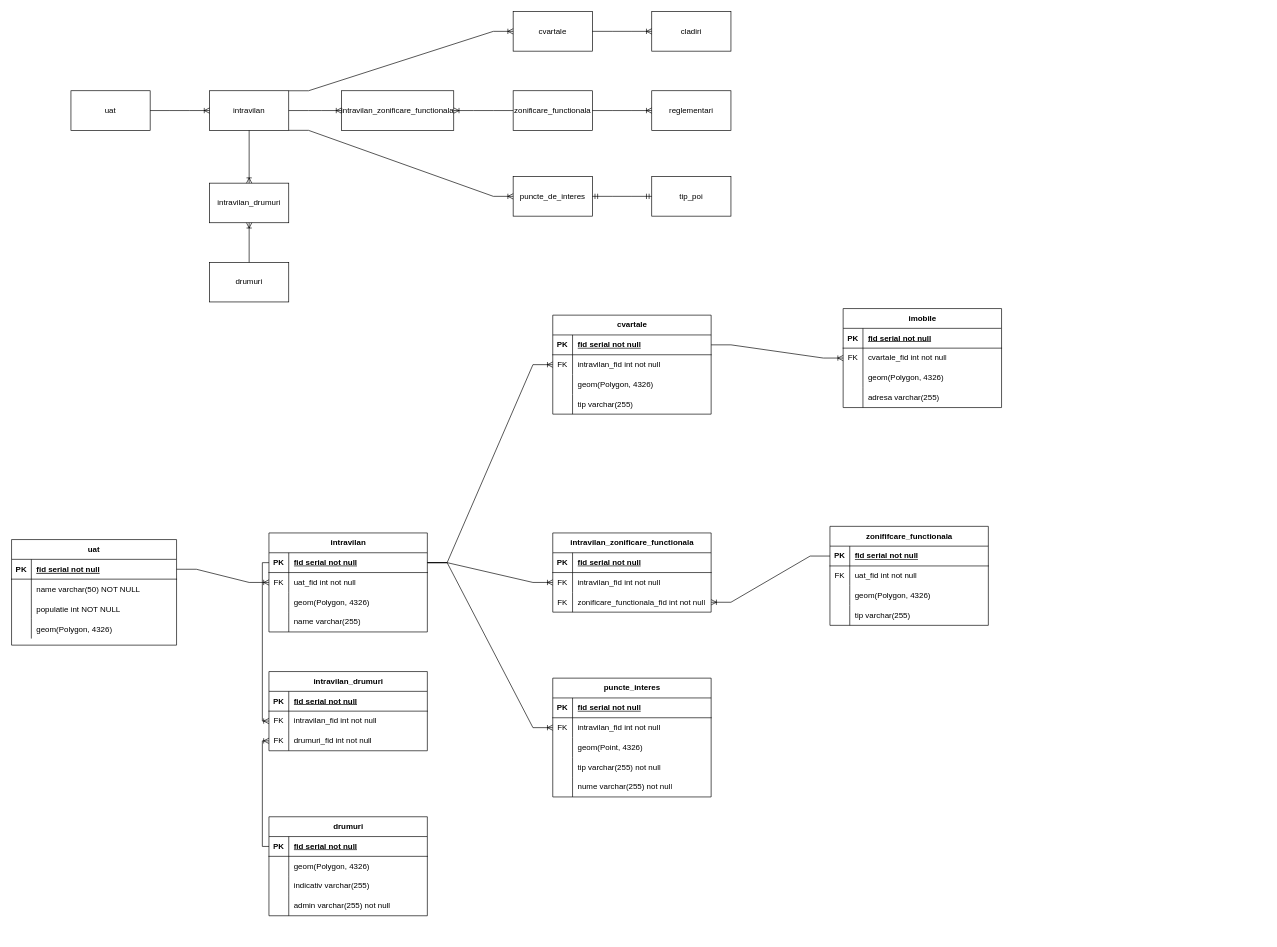
Above: Zonificare funcionala.drawio in vitorjurj/exam_sem2_db (draw.io), before the change. Source tidied: cells renumbered, new cells numbered last; positions are measured from the earlier drawing's top-left corner, leaving out a move shared by most shapes. Both pictures are drawn from the tidied source at 66%, with x=0, y=0 at pixel (11, 11).
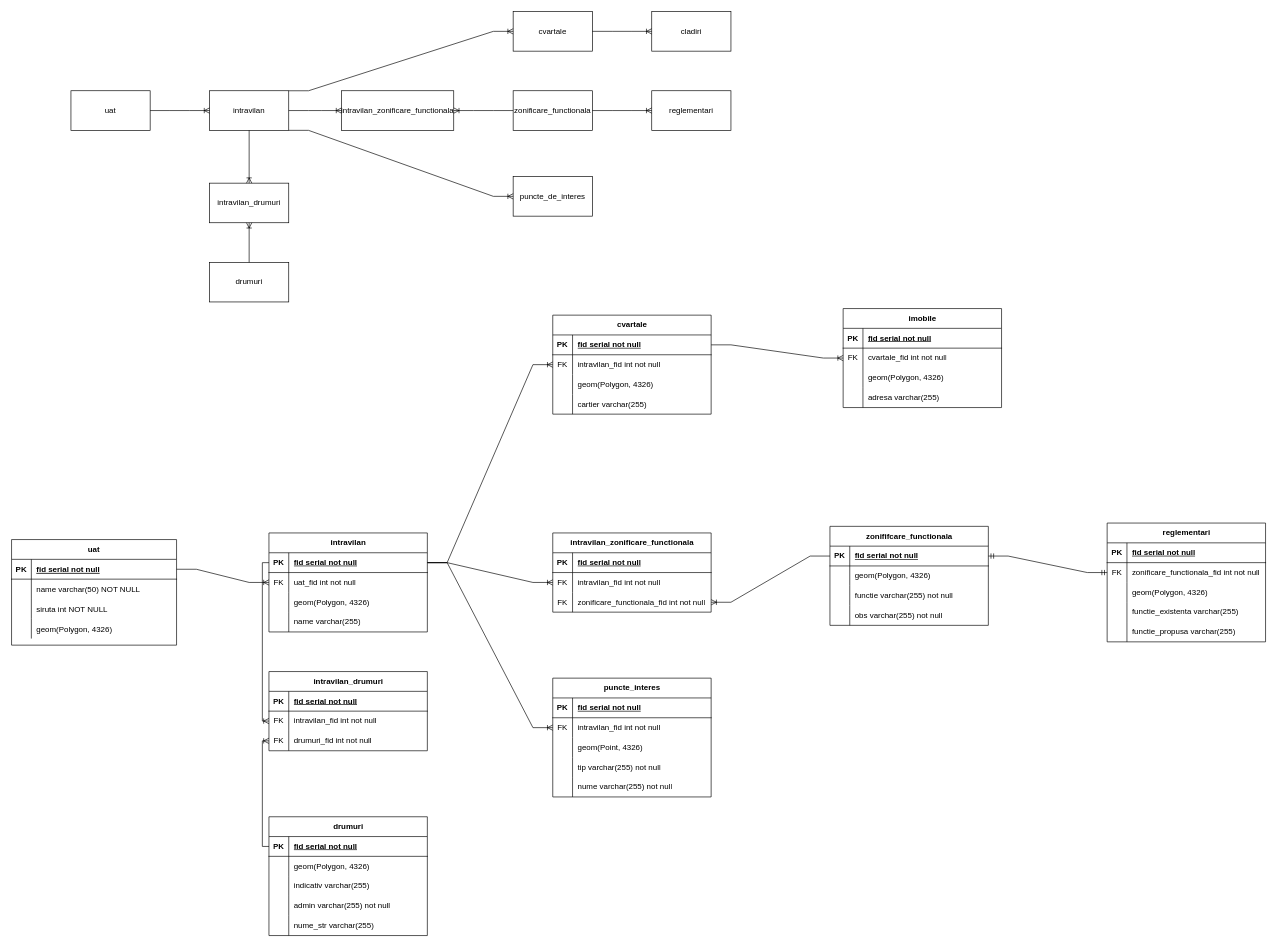
The same diagram, later.

The change refers to these unchanged cells:
```xml
<mxCell id="7" value="puncte_de_interes" style="rounded=0;whiteSpace=wrap;html=1;" parent="1" vertex="1">
  <mxGeometry x="760" y="250" width="120" height="60" as="geometry" />
</mxCell>
<mxCell id="30" style="shape=partialRectangle;fillColor=none;top=0;left=0;right=0;bottom=0;" parent="23" vertex="1">
  <mxGeometry y="90" width="250" height="30" as="geometry" />
</mxCell>
<mxCell id="85" value="zonififcare_functionala" style="shape=table;startSize=30;childLayout=tableLayout;rowLines=0;fontStyle=1;align=center;html=1;" parent="1" vertex="1">
  <mxGeometry x="1240" y="780" width="240" height="150" as="geometry" />
</mxCell>
<mxCell id="86" style="shape=tableRow;horizontal=0;startSize=0;swimlaneHead=0;swimlaneBody=0;fillColor=none;points=[[0,0.5],[1,0.5]];portConstraint=eastwest;top=0;left=0;right=0;bottom=1;" parent="85" vertex="1">
  <mxGeometry y="30" width="240" height="30" as="geometry" />
</mxCell>
<mxCell id="89" style="shape=tableRow;horizontal=0;startSize=0;swimlaneHead=0;swimlaneBody=0;fillColor=none;top=0;left=0;right=0;bottom=0;" parent="85" vertex="1">
  <mxGeometry y="60" width="240" height="30" as="geometry" />
</mxCell>
<mxCell id="92" style="shape=tableRow;horizontal=0;startSize=0;swimlaneHead=0;swimlaneBody=0;fillColor=none;top=0;left=0;right=0;bottom=0;" parent="85" vertex="1">
  <mxGeometry y="90" width="240" height="30" as="geometry" />
</mxCell>
<mxCell id="110" style="shape=tableRow;horizontal=0;startSize=0;swimlaneHead=0;swimlaneBody=0;fillColor=none;top=0;left=0;right=0;bottom=0;" parent="100" vertex="1">
  <mxGeometry y="120" width="240" height="30" as="geometry" />
</mxCell>
```

Diff of the diagram source:
```diff
@@
-    <mxCell id="21" value="tip_poi" style="rounded=0;whiteSpace=wrap;html=1;" parent="1" vertex="1">
-      <mxGeometry x="970" y="250" width="120" height="60" as="geometry" />
-    </mxCell>
-    <mxCell id="22" style="edgeStyle=entityRelationEdgeStyle;fontSize=12;html=1;endArrow=ERmandOne;startArrow=ERmandOne;rounded=0;entryX=0;entryY=0.5;entryDx=0;entryDy=0;exitX=1;exitY=0.5;exitDx=0;exitDy=0;" parent="1" edge="1" source="7" target="21">
-      <mxGeometry relative="1" as="geometry" />
-    </mxCell>
@@
-    <mxCell id="32" value="populatie int NOT NULL" style="shape=partialRectangle;overflow=hidden;fillColor=none;top=0;left=0;bottom=0;right=0;align=left;spacingLeft=6;" parent="30" vertex="1">
+    <mxCell id="32" value="siruta int NOT NULL" style="shape=partialRectangle;overflow=hidden;fillColor=none;top=0;left=0;bottom=0;right=0;align=left;spacingLeft=6;" parent="30" vertex="1">
       <mxGeometry x="30" width="220" height="30" as="geometry" />
     </mxCell>
@@
     <mxCell id="49" value="drumuri" style="shape=table;startSize=30;childLayout=tableLayout;rowLines=0;fontStyle=1;align=center;html=1;" parent="1" vertex="1">
-      <mxGeometry x="390" y="1220" width="240" height="150" as="geometry" />
+      <mxGeometry x="390" y="1220" width="240" height="180" as="geometry" />
     </mxCell>
@@
+    <mxCell id="145" style="shape=tableRow;horizontal=0;startSize=0;swimlaneHead=0;swimlaneBody=0;fillColor=none;top=0;left=0;right=0;bottom=0;" parent="49" vertex="1">
+      <mxGeometry y="150" width="240" height="30" as="geometry" />
+    </mxCell>
+    <mxCell id="146" style="shape=partialRectangle;fillColor=none;top=0;left=0;bottom=0;right=0;overflow=hidden;whiteSpace=wrap;html=1;" parent="145" vertex="1">
+      <mxGeometry width="30" height="30" as="geometry" />
+    </mxCell>
+    <mxCell id="147" value="nume_str varchar(255)&amp;nbsp;" style="shape=partialRectangle;fillColor=none;top=0;left=0;bottom=0;right=0;align=left;spacingLeft=6;overflow=hidden;whiteSpace=wrap;html=1;" parent="145" vertex="1">
+      <mxGeometry x="30" width="210" height="30" as="geometry" />
+    </mxCell>
@@
-    <mxCell id="90" value="FK" style="shape=partialRectangle;fillColor=none;top=0;left=0;bottom=0;right=0;overflow=hidden;whiteSpace=wrap;html=1;" parent="89" vertex="1">
+    <mxCell id="90" style="shape=partialRectangle;fillColor=none;top=0;left=0;bottom=0;right=0;overflow=hidden;whiteSpace=wrap;html=1;" parent="89" vertex="1">
       <mxGeometry width="30" height="30" as="geometry" />
     </mxCell>
-    <mxCell id="91" value="uat_fid int not null" style="shape=partialRectangle;fillColor=none;top=0;left=0;bottom=0;right=0;align=left;spacingLeft=6;overflow=hidden;whiteSpace=wrap;html=1;" parent="89" vertex="1">
+    <mxCell id="91" value="geom(Polygon, 4326)" style="shape=partialRectangle;fillColor=none;top=0;left=0;bottom=0;right=0;align=left;spacingLeft=6;overflow=hidden;whiteSpace=wrap;html=1;" parent="89" vertex="1">
       <mxGeometry x="30" width="210" height="30" as="geometry" />
     </mxCell>
@@
-    <mxCell id="94" value="geom(Polygon, 4326)" style="shape=partialRectangle;fillColor=none;top=0;left=0;bottom=0;right=0;align=left;spacingLeft=6;overflow=hidden;whiteSpace=wrap;html=1;" parent="92" vertex="1">
+    <mxCell id="94" value="functie varchar(255) not null" style="shape=partialRectangle;fillColor=none;top=0;left=0;bottom=0;right=0;align=left;spacingLeft=6;overflow=hidden;whiteSpace=wrap;html=1;" parent="92" vertex="1">
       <mxGeometry x="30" width="210" height="30" as="geometry" />
     </mxCell>
-    <mxCell id="95" style="shape=tableRow;horizontal=0;startSize=0;swimlaneHead=0;swimlaneBody=0;fillColor=none;top=0;left=0;right=0;bottom=0;" parent="85" vertex="1">
-      <mxGeometry y="120" width="240" height="30" as="geometry" />
-    </mxCell>
-    <mxCell id="96" style="shape=partialRectangle;fillColor=none;top=0;left=0;bottom=0;right=0;overflow=hidden;whiteSpace=wrap;html=1;" parent="95" vertex="1">
-      <mxGeometry width="30" height="30" as="geometry" />
-    </mxCell>
-    <mxCell id="97" value="tip varchar(255)" style="shape=partialRectangle;fillColor=none;top=0;left=0;bottom=0;right=0;align=left;spacingLeft=6;overflow=hidden;whiteSpace=wrap;html=1;" parent="95" vertex="1">
-      <mxGeometry x="30" width="210" height="30" as="geometry" />
-    </mxCell>
+    <mxCell id="148" style="shape=tableRow;horizontal=0;startSize=0;swimlaneHead=0;swimlaneBody=0;fillColor=none;top=0;left=0;right=0;bottom=0;" parent="85" vertex="1">
+      <mxGeometry y="120" width="240" height="30" as="geometry" />
+    </mxCell>
+    <mxCell id="149" style="shape=partialRectangle;fillColor=none;top=0;left=0;bottom=0;right=0;overflow=hidden;whiteSpace=wrap;html=1;" parent="148" vertex="1">
+      <mxGeometry width="30" height="30" as="geometry" />
+    </mxCell>
+    <mxCell id="150" value="obs varchar(255) not null" style="shape=partialRectangle;fillColor=none;top=0;left=0;bottom=0;right=0;align=left;spacingLeft=6;overflow=hidden;whiteSpace=wrap;html=1;" parent="148" vertex="1">
+      <mxGeometry x="30" width="210" height="30" as="geometry" />
+    </mxCell>
@@
-    <mxCell id="112" value="tip varchar(255)" style="shape=partialRectangle;fillColor=none;top=0;left=0;bottom=0;right=0;align=left;spacingLeft=6;overflow=hidden;whiteSpace=wrap;html=1;" parent="110" vertex="1">
+    <mxCell id="112" value="cartier varchar(255)" style="shape=partialRectangle;fillColor=none;top=0;left=0;bottom=0;right=0;align=left;spacingLeft=6;overflow=hidden;whiteSpace=wrap;html=1;" parent="110" vertex="1">
       <mxGeometry x="30" width="210" height="30" as="geometry" />
     </mxCell>
@@
+    <mxCell id="151" value="reglementari" style="shape=table;startSize=30;childLayout=tableLayout;rowLines=0;fontStyle=1;align=center;html=1;" parent="1" vertex="1">
+      <mxGeometry x="1660" y="775" width="240" height="180" as="geometry" />
+    </mxCell>
+    <mxCell id="152" style="shape=tableRow;horizontal=0;startSize=0;swimlaneHead=0;swimlaneBody=0;fillColor=none;top=0;left=0;right=0;bottom=1;" parent="151" vertex="1">
+      <mxGeometry y="30" width="240" height="30" as="geometry" />
+    </mxCell>
+    <mxCell id="153" value="PK" style="shape=partialRectangle;fillColor=none;top=0;left=0;bottom=0;right=0;fontStyle=1;overflow=hidden;whiteSpace=wrap;html=1;" parent="152" vertex="1">
+      <mxGeometry width="30" height="30" as="geometry" />
+    </mxCell>
+    <mxCell id="154" value="&lt;span style=&quot;text-wrap: nowrap;&quot;&gt;fid serial not null&lt;/span&gt;" style="shape=partialRectangle;fillColor=none;top=0;left=0;bottom=0;right=0;align=left;spacingLeft=6;fontStyle=5;overflow=hidden;whiteSpace=wrap;html=1;" parent="152" vertex="1">
+      <mxGeometry x="30" width="210" height="30" as="geometry" />
+    </mxCell>
+    <mxCell id="155" style="shape=tableRow;horizontal=0;startSize=0;swimlaneHead=0;swimlaneBody=0;fillColor=none;points=[[0,0.5],[1,0.5]];portConstraint=eastwest;top=0;left=0;right=0;bottom=0;" parent="151" vertex="1">
+      <mxGeometry y="60" width="240" height="30" as="geometry" />
+    </mxCell>
+    <mxCell id="156" value="FK" style="shape=partialRectangle;fillColor=none;top=0;left=0;bottom=0;right=0;overflow=hidden;whiteSpace=wrap;html=1;" parent="155" vertex="1">
+      <mxGeometry width="30" height="30" as="geometry" />
+    </mxCell>
+    <mxCell id="157" value="zonificare_functionala_fid int not null" style="shape=partialRectangle;fillColor=none;top=0;left=0;bottom=0;right=0;align=left;spacingLeft=6;overflow=hidden;whiteSpace=wrap;html=1;" parent="155" vertex="1">
+      <mxGeometry x="30" width="210" height="30" as="geometry" />
+    </mxCell>
+    <mxCell id="158" style="shape=tableRow;horizontal=0;startSize=0;swimlaneHead=0;swimlaneBody=0;fillColor=none;top=0;left=0;right=0;bottom=0;" parent="151" vertex="1">
+      <mxGeometry y="90" width="240" height="30" as="geometry" />
+    </mxCell>
+    <mxCell id="159" style="shape=partialRectangle;fillColor=none;top=0;left=0;bottom=0;right=0;overflow=hidden;whiteSpace=wrap;html=1;" parent="158" vertex="1">
+      <mxGeometry width="30" height="30" as="geometry" />
+    </mxCell>
+    <mxCell id="160" value="geom(Polygon, 4326)" style="shape=partialRectangle;fillColor=none;top=0;left=0;bottom=0;right=0;align=left;spacingLeft=6;overflow=hidden;whiteSpace=wrap;html=1;" parent="158" vertex="1">
+      <mxGeometry x="30" width="210" height="30" as="geometry" />
+    </mxCell>
+    <mxCell id="161" style="shape=tableRow;horizontal=0;startSize=0;swimlaneHead=0;swimlaneBody=0;fillColor=none;top=0;left=0;right=0;bottom=0;" parent="151" vertex="1">
+      <mxGeometry y="120" width="240" height="30" as="geometry" />
+    </mxCell>
+    <mxCell id="162" style="shape=partialRectangle;fillColor=none;top=0;left=0;bottom=0;right=0;overflow=hidden;whiteSpace=wrap;html=1;" parent="161" vertex="1">
+      <mxGeometry width="30" height="30" as="geometry" />
+    </mxCell>
+    <mxCell id="163" value="functie_existenta varchar(255)" style="shape=partialRectangle;fillColor=none;top=0;left=0;bottom=0;right=0;align=left;spacingLeft=6;overflow=hidden;whiteSpace=wrap;html=1;" parent="161" vertex="1">
+      <mxGeometry x="30" width="210" height="30" as="geometry" />
+    </mxCell>
+    <mxCell id="164" style="shape=tableRow;horizontal=0;startSize=0;swimlaneHead=0;swimlaneBody=0;fillColor=none;top=0;left=0;right=0;bottom=0;" parent="151" vertex="1">
+      <mxGeometry y="150" width="240" height="30" as="geometry" />
+    </mxCell>
+    <mxCell id="165" style="shape=partialRectangle;fillColor=none;top=0;left=0;bottom=0;right=0;overflow=hidden;whiteSpace=wrap;html=1;" parent="164" vertex="1">
+      <mxGeometry width="30" height="30" as="geometry" />
+    </mxCell>
+    <mxCell id="166" value="functie_propusa varchar(255)" style="shape=partialRectangle;fillColor=none;top=0;left=0;bottom=0;right=0;align=left;spacingLeft=6;overflow=hidden;whiteSpace=wrap;html=1;" parent="164" vertex="1">
+      <mxGeometry x="30" width="210" height="30" as="geometry" />
+    </mxCell>
+    <mxCell id="167" style="edgeStyle=entityRelationEdgeStyle;fontSize=12;html=1;endArrow=ERmandOne;startArrow=ERmandOne;rounded=0;exitX=1;exitY=0.5;exitDx=0;exitDy=0;entryX=0;entryY=0.5;entryDx=0;entryDy=0;" parent="1" edge="1" source="86" target="155">
+      <mxGeometry relative="1" as="geometry" />
+    </mxCell>
```
